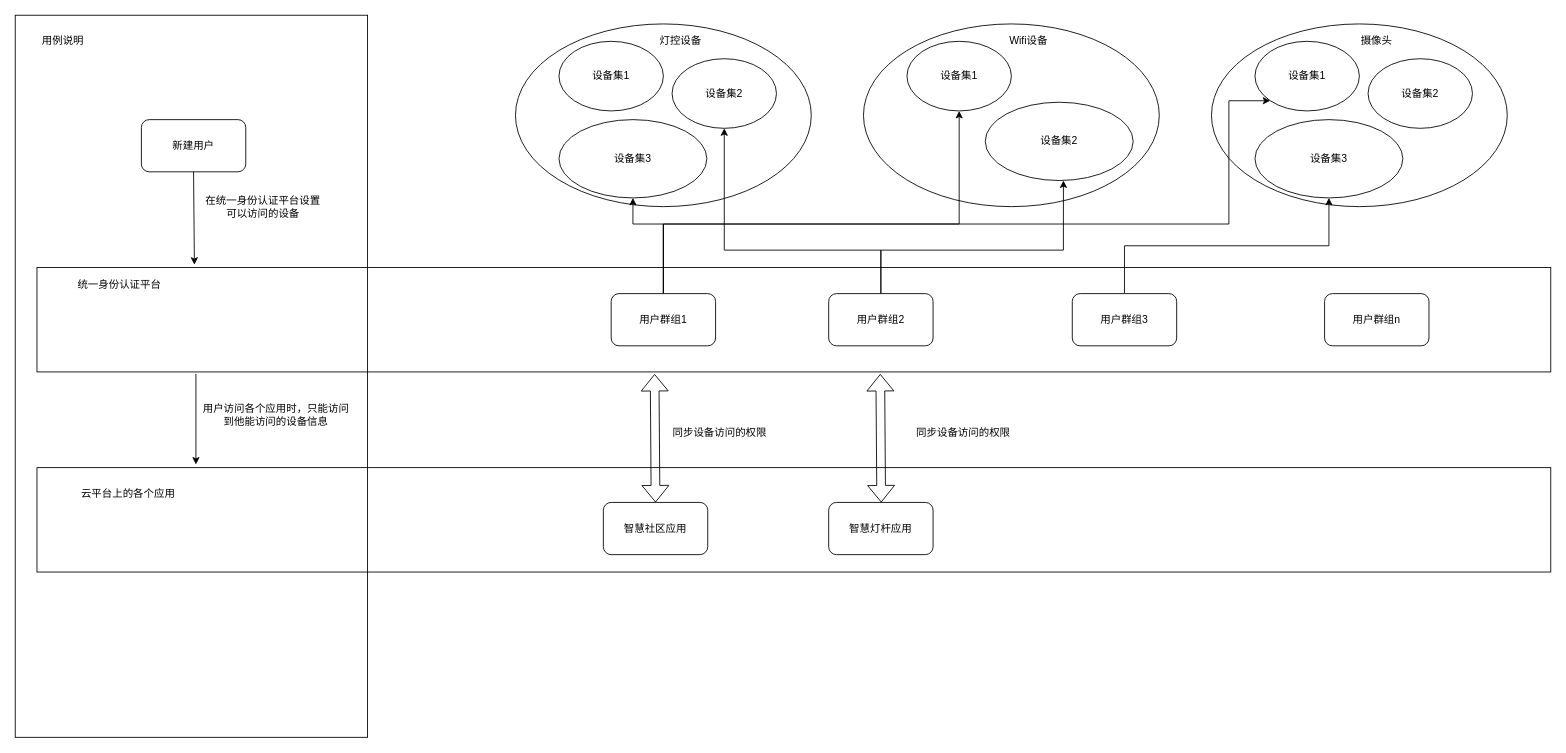
Before: draw.io/统一身份认证中心.drawio in beabetterman/MyLearn, a draw.io diagram. Source tidied: cells renumbered, new cells numbered last; positions are measured from the earlier drawing's top-left corner, leaving out a move shared by most shapes. Both pictures are drawn from the tidied source at 87%, with x=0, y=0 at pixel (15, 15).
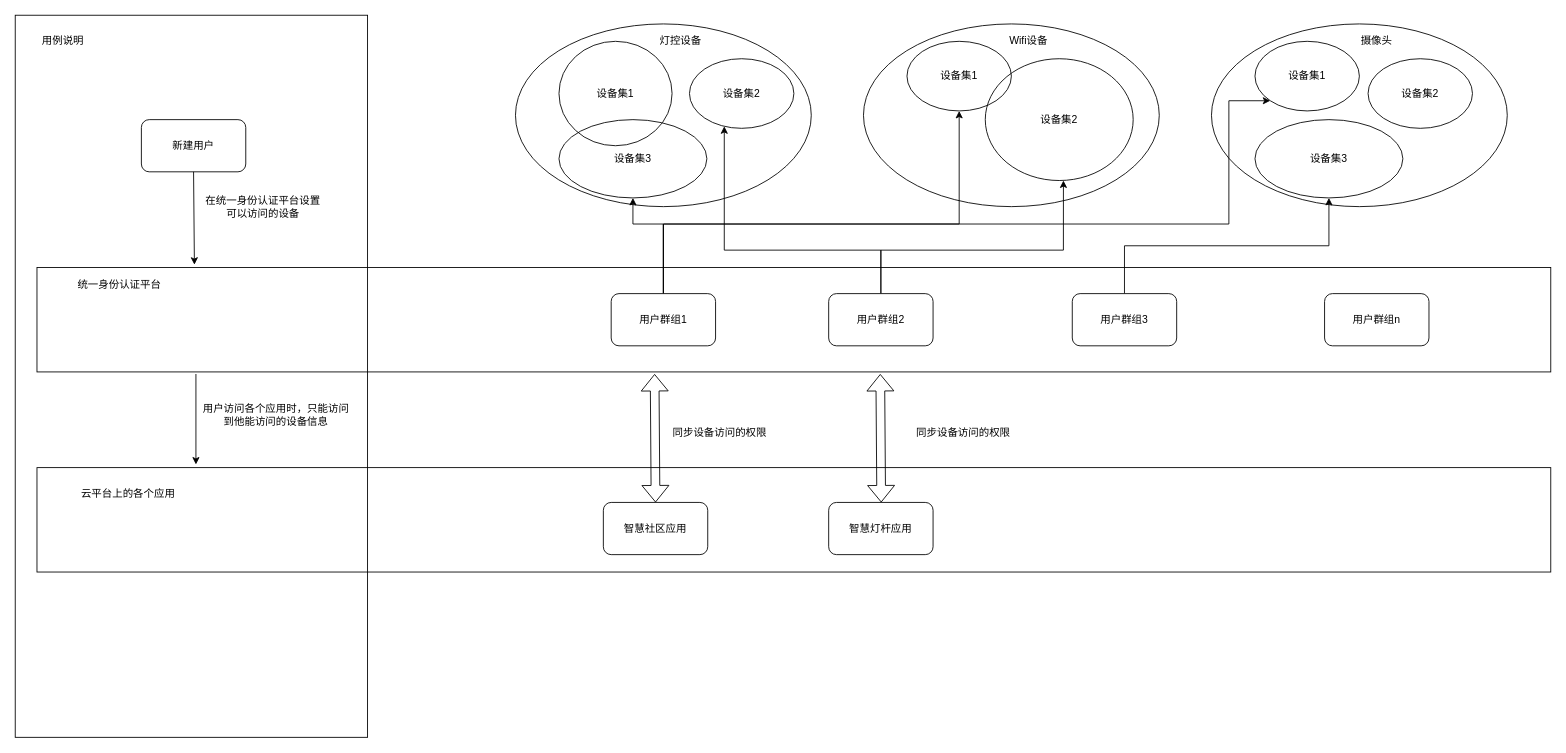
After the change.

Commit message:
Update 统一身份认证中心.drawio

What changed in the source:
```diff
@@
     <mxCell id="3" value="设备集1" style="ellipse;whiteSpace=wrap;html=1;" parent="1" vertex="1">
-      <mxGeometry x="625" y="30" width="120" height="80" as="geometry" />
+      <mxGeometry x="625" y="30" width="130" height="120" as="geometry" />
     </mxCell>
     <mxCell id="4" value="设备集2" style="ellipse;whiteSpace=wrap;html=1;" parent="1" vertex="1">
-      <mxGeometry x="755" y="50" width="120" height="80" as="geometry" />
+      <mxGeometry x="775" y="50" width="120" height="80" as="geometry" />
     </mxCell>
-    <mxCell id="5" value="设备集3" style="ellipse;whiteSpace=wrap;html=1;" parent="1" vertex="1">
+    <mxCell id="5" value="设备集3" style="ellipse;whiteSpace=wrap;html=1;fillColor=none;" parent="1" vertex="1">
       <mxGeometry x="625" y="120" width="170" height="90" as="geometry" />
     </mxCell>
@@
-    <mxCell id="9" value="设备集2" style="ellipse;whiteSpace=wrap;html=1;" parent="1" vertex="1">
-      <mxGeometry x="1115" y="100" width="170" height="90" as="geometry" />
+    <mxCell id="9" value="设备集2" style="ellipse;whiteSpace=wrap;html=1;fillColor=none;" parent="1" vertex="1">
+      <mxGeometry x="1115" y="50" width="170" height="140" as="geometry" />
     </mxCell>
```
